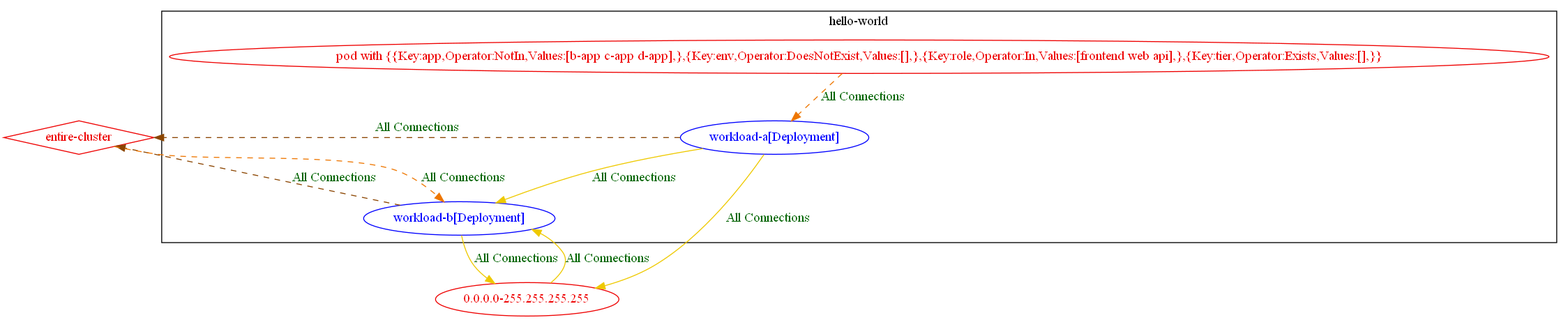
Earlier version of the Graphviz export test_outputs/connlist/exposure_test_rule_with_multiple_match_expressions_exposure_output.dot.png (np-guard/netpol-analyzer). Its source is kept beside it as test_outputs/connlist/exposure_test_rule_with_multiple_match_expressions_exposure_output.dot. The source it was exported from:
```dot
digraph {
	subgraph "cluster_hello_world" {
		color="black"
		fontcolor="black"
		"hello-world/workload-a[Deployment]" [label="workload-a[Deployment]" color="blue" fontcolor="blue"]
		"hello-world/workload-b[Deployment]" [label="workload-b[Deployment]" color="blue" fontcolor="blue"]
		"pod with {{Key:app,Operator:NotIn,Values:[b-app c-app d-app],},{Key:env,Operator:DoesNotExist,Values:[],},{Key:role,Operator:In,Values:[frontend web api],},{Key:tier,Operator:Exists,Values:[],}}_in_hello-world" [label="pod with {{Key:app,Operator:NotIn,Values:[b-app c-app d-app],},{Key:env,Operator:DoesNotExist,Values:[],},{Key:role,Operator:In,Values:[frontend web api],},{Key:tier,Operator:Exists,Values:[],}}" color="red2" fontcolor="red2"]
		label="hello-world"
	}
	"0.0.0.0-255.255.255.255" [label="0.0.0.0-255.255.255.255" color="red2" fontcolor="red2"]
	"entire-cluster" [label="entire-cluster" color="red2" fontcolor="red2" shape=diamond]
	"0.0.0.0-255.255.255.255" -> "hello-world/workload-b[Deployment]" [label="All Connections" color="gold2" fontcolor="darkgreen" weight=0.5]
	"entire-cluster" -> "hello-world/workload-b[Deployment]" [label="All Connections" color="darkorange2" fontcolor="darkgreen" weight=1 style=dashed]
	"hello-world/workload-a[Deployment]" -> "0.0.0.0-255.255.255.255" [label="All Connections" color="gold2" fontcolor="darkgreen" weight=1]
	"hello-world/workload-a[Deployment]" -> "entire-cluster" [label="All Connections" color="darkorange4" fontcolor="darkgreen" weight=0.5 style=dashed]
	"hello-world/workload-a[Deployment]" -> "hello-world/workload-b[Deployment]" [label="All Connections" color="gold2" fontcolor="darkgreen" weight=0.5]
	"hello-world/workload-b[Deployment]" -> "0.0.0.0-255.255.255.255" [label="All Connections" color="gold2" fontcolor="darkgreen" weight=1]
	"hello-world/workload-b[Deployment]" -> "entire-cluster" [label="All Connections" color="darkorange4" fontcolor="darkgreen" weight=0.5 style=dashed]
	"pod with {{Key:app,Operator:NotIn,Values:[b-app c-app d-app],},{Key:env,Operator:DoesNotExist,Values:[],},{Key:role,Operator:In,Values:[frontend web api],},{Key:tier,Operator:Exists,Values:[],}}_in_hello-world" -> "hello-world/workload-a[Deployment]" [label="All Connections" color="darkorange2" fontcolor="darkgreen" weight=1 style=dashed]
}
```
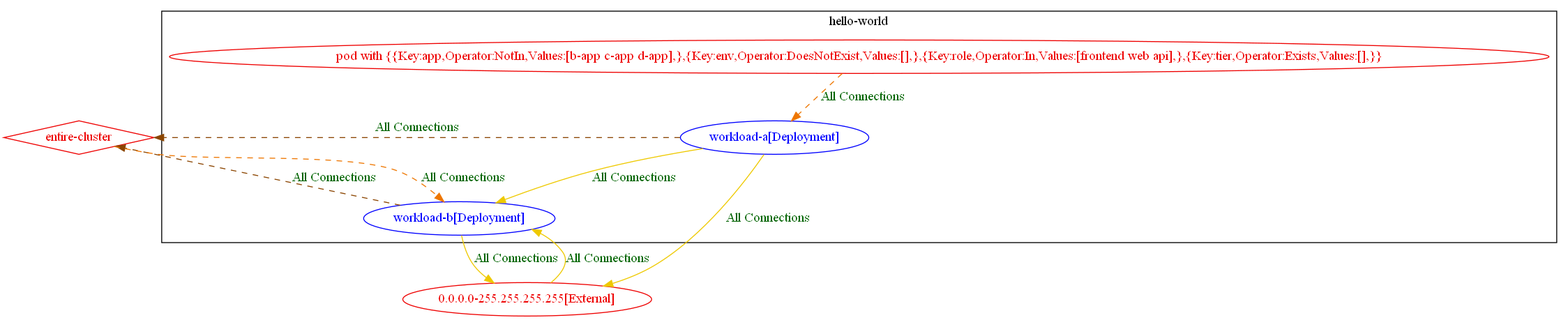
Later version of the same file.

Change to the diagram source:
```diff
@@ -7,14 +7,14 @@
 		"pod with {{Key:app,Operator:NotIn,Values:[b-app c-app d-app],},{Key:env,Operator:DoesNotExist,Values:[],},{Key:role,Operator:In,Values:[frontend web api],},{Key:tier,Operator:Exists,Values:[],}}_in_hello-world" [label="pod with {{Key:app,Operator:NotIn,Values:[b-app c-app d-app],},{Key:env,Operator:DoesNotExist,Values:[],},{Key:role,Operator:In,Values:[frontend web api],},{Key:tier,Operator:Exists,Values:[],}}" color="red2" fontcolor="red2"]
 		label="hello-world"
 	}
-	"0.0.0.0-255.255.255.255" [label="0.0.0.0-255.255.255.255" color="red2" fontcolor="red2"]
+	"0.0.0.0-255.255.255.255[External]" [label="0.0.0.0-255.255.255.255[External]" color="red2" fontcolor="red2"]
 	"entire-cluster" [label="entire-cluster" color="red2" fontcolor="red2" shape=diamond]
-	"0.0.0.0-255.255.255.255" -> "hello-world/workload-b[Deployment]" [label="All Connections" color="gold2" fontcolor="darkgreen" weight=0.5]
+	"0.0.0.0-255.255.255.255[External]" -> "hello-world/workload-b[Deployment]" [label="All Connections" color="gold2" fontcolor="darkgreen" weight=0.5]
 	"entire-cluster" -> "hello-world/workload-b[Deployment]" [label="All Connections" color="darkorange2" fontcolor="darkgreen" weight=1 style=dashed]
-	"hello-world/workload-a[Deployment]" -> "0.0.0.0-255.255.255.255" [label="All Connections" color="gold2" fontcolor="darkgreen" weight=1]
+	"hello-world/workload-a[Deployment]" -> "0.0.0.0-255.255.255.255[External]" [label="All Connections" color="gold2" fontcolor="darkgreen" weight=1]
 	"hello-world/workload-a[Deployment]" -> "entire-cluster" [label="All Connections" color="darkorange4" fontcolor="darkgreen" weight=0.5 style=dashed]
 	"hello-world/workload-a[Deployment]" -> "hello-world/workload-b[Deployment]" [label="All Connections" color="gold2" fontcolor="darkgreen" weight=0.5]
-	"hello-world/workload-b[Deployment]" -> "0.0.0.0-255.255.255.255" [label="All Connections" color="gold2" fontcolor="darkgreen" weight=1]
+	"hello-world/workload-b[Deployment]" -> "0.0.0.0-255.255.255.255[External]" [label="All Connections" color="gold2" fontcolor="darkgreen" weight=1]
 	"hello-world/workload-b[Deployment]" -> "entire-cluster" [label="All Connections" color="darkorange4" fontcolor="darkgreen" weight=0.5 style=dashed]
 	"pod with {{Key:app,Operator:NotIn,Values:[b-app c-app d-app],},{Key:env,Operator:DoesNotExist,Values:[],},{Key:role,Operator:In,Values:[frontend web api],},{Key:tier,Operator:Exists,Values:[],}}_in_hello-world" -> "hello-world/workload-a[Deployment]" [label="All Connections" color="darkorange2" fontcolor="darkgreen" weight=1 style=dashed]
 }
```
